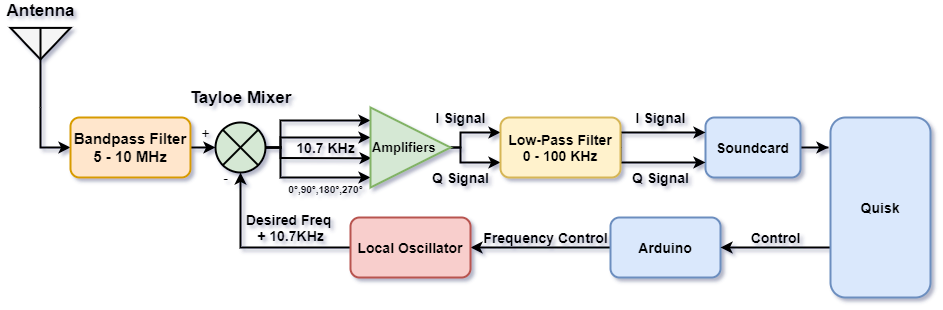
Earlier version of the draw.io export images/SDRReceiverBlockDiagram.png (KonradMcClure/SDR_Receiver). Source tidied: cells renumbered, new cells last; positions are measured from the earlier drawing's top-left corner, leaving out a move shared by most shapes.
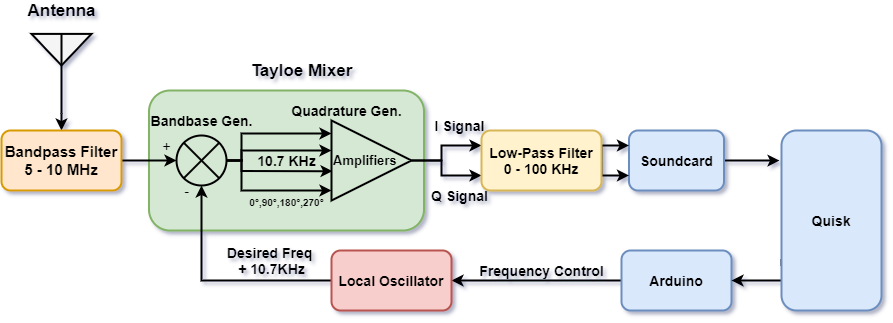
After the change.

The edit, as a diff of the source:
```diff
@@ -2,70 +2,73 @@
   <root>
     <mxCell id="0" />
     <mxCell id="1" parent="0" />
+    <mxCell id="38" style="rounded=1;whiteSpace=wrap;html=1;strokeColor=#82b366;strokeWidth=2;fontSize=14;fillColor=#d5e8d4;" parent="1" vertex="1">
+      <mxGeometry x="167.5" y="77" width="275" height="140" as="geometry" />
+    </mxCell>
-    <mxCell id="2" style="edgeStyle=orthogonalEdgeStyle;rounded=0;jettySize=auto;html=1;exitX=0.5;exitY=1;exitDx=0;exitDy=0;exitPerimeter=0;entryX=0;entryY=0.5;entryDx=0;entryDy=0;strokeWidth=2;" parent="1" edge="1" source="3" target="5">
+    <mxCell id="2" style="edgeStyle=orthogonalEdgeStyle;rounded=0;jettySize=auto;html=1;exitX=0.5;exitY=1;exitDx=0;exitDy=0;exitPerimeter=0;entryX=0.5;entryY=0;entryDx=0;entryDy=0;strokeWidth=2;" parent="1" edge="1" source="3" target="5">
       <mxGeometry relative="1" as="geometry" />
     </mxCell>
     <mxCell id="3" style="verticalLabelPosition=bottom;shadow=0;dashed=0;align=center;html=1;verticalAlign=top;shape=mxgraph.electrical.radio.aerial_-_antenna_2;strokeWidth=2;fillColor=#f5f5f5;strokeColor=#000000;fontColor=#333333;" parent="1" vertex="1">
-      <mxGeometry x="10" y="27" width="60" height="80" as="geometry" />
+      <mxGeometry x="50" y="20" width="60" height="80" as="geometry" />
     </mxCell>
     <mxCell id="4" style="edgeStyle=orthogonalEdgeStyle;rounded=0;jettySize=auto;html=1;exitX=1;exitY=0.5;exitDx=0;exitDy=0;entryX=0;entryY=0.5;entryDx=0;entryDy=0;strokeWidth=2;" parent="1" edge="1" source="5" target="11">
       <mxGeometry relative="1" as="geometry" />
     </mxCell>
     <mxCell id="5" value="&lt;div&gt;&lt;b style=&quot;font-size: 15px&quot;&gt;Bandpass Filter&lt;/b&gt;&lt;/div&gt;&lt;div&gt;&lt;b style=&quot;font-size: 15px&quot;&gt;5 - 10 MHz&lt;/b&gt;&lt;b style=&quot;font-size: 15px&quot;&gt;&lt;br&gt;&lt;/b&gt;&lt;/div&gt;" style="rounded=1;whiteSpace=wrap;html=1;strokeWidth=2;fillColor=#ffe6cc;strokeColor=#d79b00;align=center;" parent="1" vertex="1">
-      <mxGeometry x="70" y="117" width="120" height="60" as="geometry" />
+      <mxGeometry x="20" y="117" width="120" height="60" as="geometry" />
     </mxCell>
     <mxCell id="6" value="&lt;font style=&quot;font-size: 17px&quot;&gt;&lt;b&gt;Antenna&lt;/b&gt;&lt;/font&gt;" style="text;html=1;align=center;verticalAlign=middle;" parent="1" vertex="1">
-      <mxGeometry width="80" height="20" as="geometry" />
+      <mxGeometry x="40" y="-13" width="80" height="20" as="geometry" />
     </mxCell>
     <mxCell id="7" style="edgeStyle=orthogonalEdgeStyle;rounded=0;jettySize=auto;html=1;exitX=1;exitY=0.5;exitDx=0;exitDy=0;strokeWidth=2;" parent="1" edge="1" source="11" target="21">
       <mxGeometry relative="1" as="geometry">
         <Array as="points">
-          <mxPoint x="280" y="147" />
-          <mxPoint x="280" y="177" />
+          <mxPoint x="260" y="147" />
+          <mxPoint x="260" y="177" />
         </Array>
       </mxGeometry>
     </mxCell>
     <mxCell id="8" style="edgeStyle=orthogonalEdgeStyle;rounded=0;jettySize=auto;html=1;exitX=1;exitY=0.5;exitDx=0;exitDy=0;entryX=0.013;entryY=0.633;entryDx=0;entryDy=0;entryPerimeter=0;strokeWidth=2;" parent="1" edge="1" source="11" target="21">
       <mxGeometry relative="1" as="geometry">
         <Array as="points">
-          <mxPoint x="280" y="147" />
-          <mxPoint x="280" y="158" />
+          <mxPoint x="260" y="147" />
+          <mxPoint x="260" y="158" />
         </Array>
       </mxGeometry>
     </mxCell>
     <mxCell id="9" style="edgeStyle=orthogonalEdgeStyle;rounded=0;jettySize=auto;html=1;exitX=1;exitY=0.5;exitDx=0;exitDy=0;strokeWidth=2;" parent="1" edge="1" source="11" target="21">
       <mxGeometry relative="1" as="geometry">
         <Array as="points">
-          <mxPoint x="280" y="147" />
-          <mxPoint x="280" y="120" />
+          <mxPoint x="260" y="147" />
+          <mxPoint x="260" y="120" />
         </Array>
       </mxGeometry>
     </mxCell>
     <mxCell id="10" style="edgeStyle=orthogonalEdgeStyle;rounded=0;jettySize=auto;html=1;exitX=1;exitY=0.5;exitDx=0;exitDy=0;entryX=0;entryY=0.375;entryDx=0;entryDy=0;entryPerimeter=0;strokeWidth=2;" parent="1" edge="1" source="11" target="21">
       <mxGeometry relative="1" as="geometry">
         <Array as="points">
-          <mxPoint x="280" y="147" />
-          <mxPoint x="280" y="137" />
+          <mxPoint x="260" y="147" />
+          <mxPoint x="260" y="137" />
         </Array>
       </mxGeometry>
     </mxCell>
     <mxCell id="11" style="shape=sumEllipse;perimeter=ellipsePerimeter;whiteSpace=wrap;html=1;backgroundOutline=1;strokeWidth=2;fillColor=#d5e8d4;strokeColor=#000000;" parent="1" vertex="1">
-      <mxGeometry x="215" y="122" width="50" height="50" as="geometry" />
+      <mxGeometry x="195" y="122" width="50" height="50" as="geometry" />
     </mxCell>
     <mxCell id="12" style="edgeStyle=orthogonalEdgeStyle;rounded=0;jettySize=auto;html=1;exitX=1;exitY=0.5;exitDx=0;exitDy=0;entryX=-0.02;entryY=0.167;entryDx=0;entryDy=0;entryPerimeter=0;strokeWidth=2;" parent="1" edge="1" source="13" target="18">
       <mxGeometry relative="1" as="geometry" />
     </mxCell>
     <mxCell id="13" value="&lt;b&gt;&lt;font style=&quot;font-size: 14px&quot;&gt;Soundcard&lt;/font&gt;&lt;/b&gt;" style="rounded=1;whiteSpace=wrap;html=1;strokeWidth=2;fillColor=#dae8fc;strokeColor=#6c8ebf;" parent="1" vertex="1">
-      <mxGeometry x="705" y="117" width="95" height="60" as="geometry" />
+      <mxGeometry x="647.5" y="117" width="95" height="60" as="geometry" />
     </mxCell>
     <mxCell id="14" value="&lt;font style=&quot;font-size: 17px&quot;&gt;&lt;b&gt;Tayloe Mixer&lt;br&gt;&lt;/b&gt;&lt;/font&gt;" style="text;html=1;align=center;verticalAlign=middle;" parent="1" vertex="1">
-      <mxGeometry x="180" y="87" width="120" height="20" as="geometry" />
+      <mxGeometry x="260" y="47" width="120" height="20" as="geometry" />
     </mxCell>
     <mxCell id="15" style="edgeStyle=orthogonalEdgeStyle;rounded=0;jettySize=auto;html=1;exitX=0;exitY=0.5;exitDx=0;exitDy=0;entryX=1;entryY=0.5;entryDx=0;entryDy=0;strokeWidth=2;" parent="1" edge="1" source="16" target="26">
       <mxGeometry relative="1" as="geometry" />
     </mxCell>
     <mxCell id="16" value="&lt;b&gt;&lt;font style=&quot;font-size: 14px&quot;&gt;Arduino&lt;/font&gt;&lt;/b&gt;" style="rounded=1;whiteSpace=wrap;html=1;strokeWidth=2;fillColor=#dae8fc;strokeColor=#6c8ebf;" parent="1" vertex="1">
-      <mxGeometry x="610" y="217" width="110" height="60" as="geometry" />
+      <mxGeometry x="640" y="237" width="110" height="60" as="geometry" />
     </mxCell>
     <mxCell id="17" style="edgeStyle=orthogonalEdgeStyle;rounded=0;jettySize=auto;html=1;exitX=0;exitY=0.75;exitDx=0;exitDy=0;entryX=1;entryY=0.5;entryDx=0;entryDy=0;strokeWidth=2;" parent="1" edge="1" source="18" target="16">
       <mxGeometry relative="1" as="geometry">
@@ -75,7 +78,7 @@
       </mxGeometry>
     </mxCell>
     <mxCell id="18" value="&lt;b&gt;&lt;font style=&quot;font-size: 14px&quot;&gt;Quisk&lt;/font&gt;&lt;/b&gt;" style="rounded=1;whiteSpace=wrap;html=1;strokeWidth=2;fillColor=#dae8fc;strokeColor=#6c8ebf;" parent="1" vertex="1">
-      <mxGeometry x="830" y="117" width="100" height="180" as="geometry" />
+      <mxGeometry x="800" y="117" width="100" height="180" as="geometry" />
     </mxCell>
     <mxCell id="19" style="edgeStyle=orthogonalEdgeStyle;rounded=0;jettySize=auto;html=1;exitX=1;exitY=0.5;exitDx=0;exitDy=0;strokeWidth=2;entryX=0;entryY=0.25;entryDx=0;entryDy=0;" parent="1" edge="1" source="21" target="24">
       <mxGeometry relative="1" as="geometry">
@@ -93,8 +96,8 @@
         </Array>
       </mxGeometry>
     </mxCell>
-    <mxCell id="21" value="&lt;font size=&quot;1&quot;&gt;&lt;b style=&quot;font-size: 13px&quot;&gt;Amplifiers&lt;/b&gt;&lt;/font&gt;" style="triangle;whiteSpace=wrap;html=1;strokeWidth=2;align=left;fillColor=#d5e8d4;strokeColor=#82b366;" parent="1" vertex="1">
-      <mxGeometry x="370" y="107" width="80" height="80" as="geometry" />
+    <mxCell id="21" value="&lt;font size=&quot;1&quot;&gt;&lt;b style=&quot;font-size: 13px&quot;&gt;Amplifiers&lt;/b&gt;&lt;/font&gt;" style="triangle;whiteSpace=wrap;html=1;strokeWidth=2;align=left;fillColor=#d5e8d4;strokeColor=#000000;" parent="1" vertex="1">
+      <mxGeometry x="350" y="107" width="80" height="80" as="geometry" />
     </mxCell>
     <mxCell id="22" style="edgeStyle=orthogonalEdgeStyle;rounded=0;jettySize=auto;html=1;exitX=1;exitY=0.5;exitDx=0;exitDy=0;entryX=0;entryY=0.25;entryDx=0;entryDy=0;strokeWidth=2;" parent="1" edge="1" source="24" target="13">
       <mxGeometry relative="1" as="geometry">
@@ -117,40 +120,37 @@
       <mxGeometry relative="1" as="geometry" />
     </mxCell>
     <mxCell id="26" value="&lt;font style=&quot;font-size: 14px&quot;&gt;&lt;b&gt;Local Oscillator&lt;/b&gt;&lt;/font&gt;" style="rounded=1;whiteSpace=wrap;html=1;strokeWidth=2;fillColor=#f8cecc;strokeColor=#b85450;" parent="1" vertex="1">
-      <mxGeometry x="350" y="217" width="120" height="60" as="geometry" />
+      <mxGeometry x="350" y="237" width="120" height="60" as="geometry" />
     </mxCell>
-    <mxCell id="27" value="I Signal" style="text;html=1;align=center;verticalAlign=middle;fontSize=14;fontStyle=1;" parent="1" vertex="1">
-      <mxGeometry x="425" y="107" width="70" height="20" as="geometry" />
-    </mxCell>
-    <mxCell id="28" value="Q Signal" style="text;html=1;align=center;verticalAlign=middle;fontSize=14;fontStyle=1;" parent="1" vertex="1">
-      <mxGeometry x="425" y="167" width="70" height="20" as="geometry" />
-    </mxCell>
     <mxCell id="29" value="I Signal" style="text;html=1;align=center;verticalAlign=middle;fontSize=14;fontStyle=1;" parent="1" vertex="1">
-      <mxGeometry x="625" y="107" width="70" height="20" as="geometry" />
+      <mxGeometry x="442.5" y="102" width="70" height="20" as="geometry" />
     </mxCell>
     <mxCell id="30" value="Q Signal" style="text;html=1;align=center;verticalAlign=middle;fontSize=14;fontStyle=1;" parent="1" vertex="1">
-      <mxGeometry x="625" y="167" width="70" height="20" as="geometry" />
+      <mxGeometry x="442.5" y="172" width="70" height="20" as="geometry" />
     </mxCell>
     <mxCell id="31" value="&lt;b&gt;10.7 KHz&lt;/b&gt;" style="text;html=1;align=center;verticalAlign=middle;fontSize=14;" parent="1" vertex="1">
-      <mxGeometry x="290" y="137" width="70" height="20" as="geometry" />
+      <mxGeometry x="270" y="137" width="70" height="20" as="geometry" />
     </mxCell>
     <mxCell id="32" value="&lt;b style=&quot;font-size: 14px;&quot;&gt;Frequency Control&lt;/b&gt;" style="text;html=1;align=center;verticalAlign=middle;fontSize=14;" parent="1" vertex="1">
-      <mxGeometry x="475" y="227" width="140" height="20" as="geometry" />
+      <mxGeometry x="490" y="247" width="140" height="20" as="geometry" />
     </mxCell>
-    <mxCell id="33" value="&lt;b&gt;Control&lt;/b&gt;" style="text;html=1;align=center;verticalAlign=middle;fontSize=14;" parent="1" vertex="1">
-      <mxGeometry x="740" y="227" width="70" height="20" as="geometry" />
-    </mxCell>
     <mxCell id="34" value="&lt;b&gt;Desired Freq &lt;br&gt;+ 10.7KHz&lt;/b&gt;" style="text;html=1;align=center;verticalAlign=middle;fontSize=14;" parent="1" vertex="1">
-      <mxGeometry x="240" y="207" width="100" height="40" as="geometry" />
+      <mxGeometry x="240" y="227" width="100" height="40" as="geometry" />
     </mxCell>
     <mxCell id="35" value="-" style="text;html=1;align=center;verticalAlign=middle;fontSize=14;" parent="1" vertex="1">
-      <mxGeometry x="215" y="167" width="20" height="20" as="geometry" />
+      <mxGeometry x="195" y="167" width="20" height="20" as="geometry" />
     </mxCell>
     <mxCell id="36" value="+" style="text;html=1;align=center;verticalAlign=middle;fontSize=14;" parent="1" vertex="1">
-      <mxGeometry x="195" y="122" width="20" height="20" as="geometry" />
+      <mxGeometry x="175" y="122" width="20" height="20" as="geometry" />
     </mxCell>
     <mxCell id="37" value="&lt;font style=&quot;font-size: 10px&quot;&gt;&lt;b&gt;0&lt;span style=&quot;font-family: sans-serif&quot;&gt;°&lt;/span&gt;,90&lt;span style=&quot;font-family: sans-serif&quot;&gt;°&lt;/span&gt;,180&lt;span style=&quot;font-family: sans-serif&quot;&gt;°&lt;/span&gt;,270&lt;span style=&quot;font-family: sans-serif&quot;&gt;°&lt;/span&gt;&lt;/b&gt;&lt;/font&gt;" style="text;html=1;align=center;verticalAlign=middle;fontSize=14;" parent="1" vertex="1">
-      <mxGeometry x="280" y="177" width="90" height="20" as="geometry" />
+      <mxGeometry x="260" y="177" width="90" height="20" as="geometry" />
     </mxCell>
+    <mxCell id="39" value="&lt;b&gt;Bandbase Gen.&lt;/b&gt;" style="text;html=1;align=center;verticalAlign=middle;fontSize=14;" parent="1" vertex="1">
+      <mxGeometry x="160" y="97" width="120" height="20" as="geometry" />
+    </mxCell>
+    <mxCell id="40" value="Quadrature Gen." style="text;html=1;align=center;verticalAlign=middle;fontSize=14;fontStyle=1;" parent="1" vertex="1">
+      <mxGeometry x="300" y="87" width="130" height="20" as="geometry" />
+    </mxCell>
   </root>
 </mxGraphModel>
```
